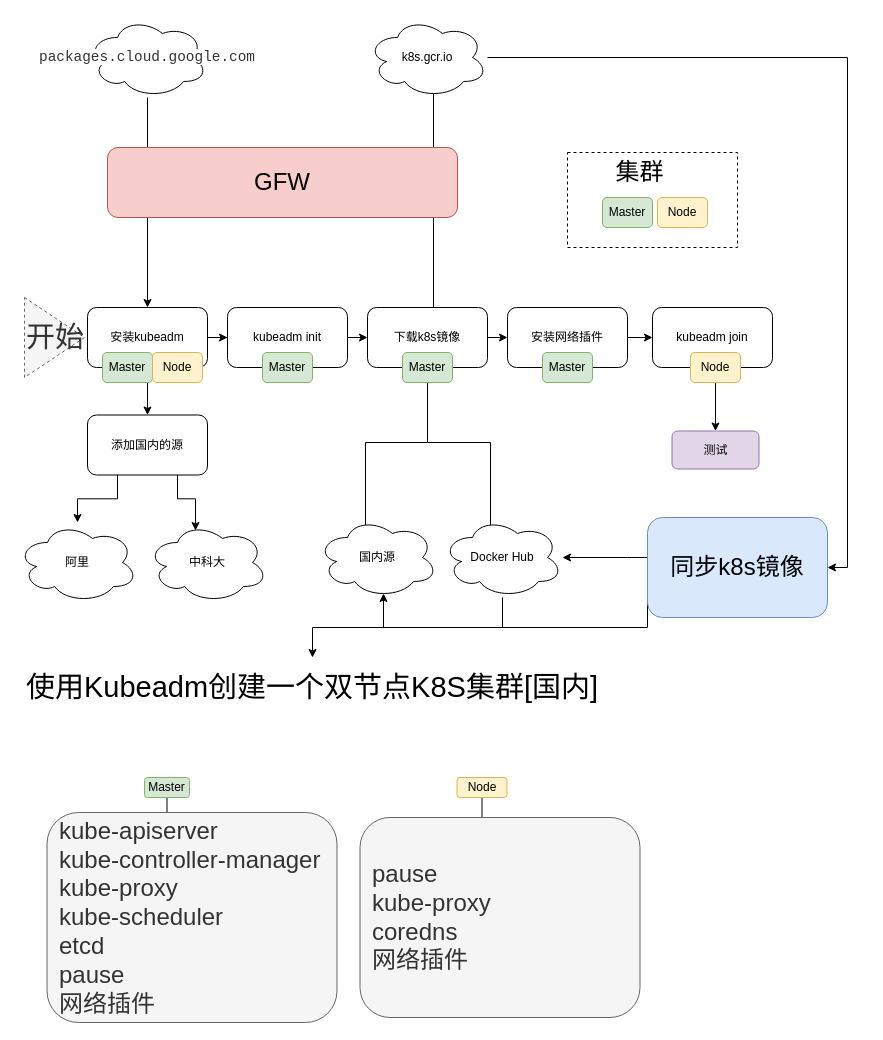
yonh/yonh.github.io keeps this draw.io diagram as content/k8s/kubeadm-init-cn/init-k8s-in-china.drawio. Above is the earlier version. Source tidied: cells renumbered, new cells numbered last; positions are measured from the earlier drawing's top-left corner, leaving out a move shared by most shapes. Both pictures are drawn from the tidied source at 100%, with x=0, y=0 at pixel (17, 17).
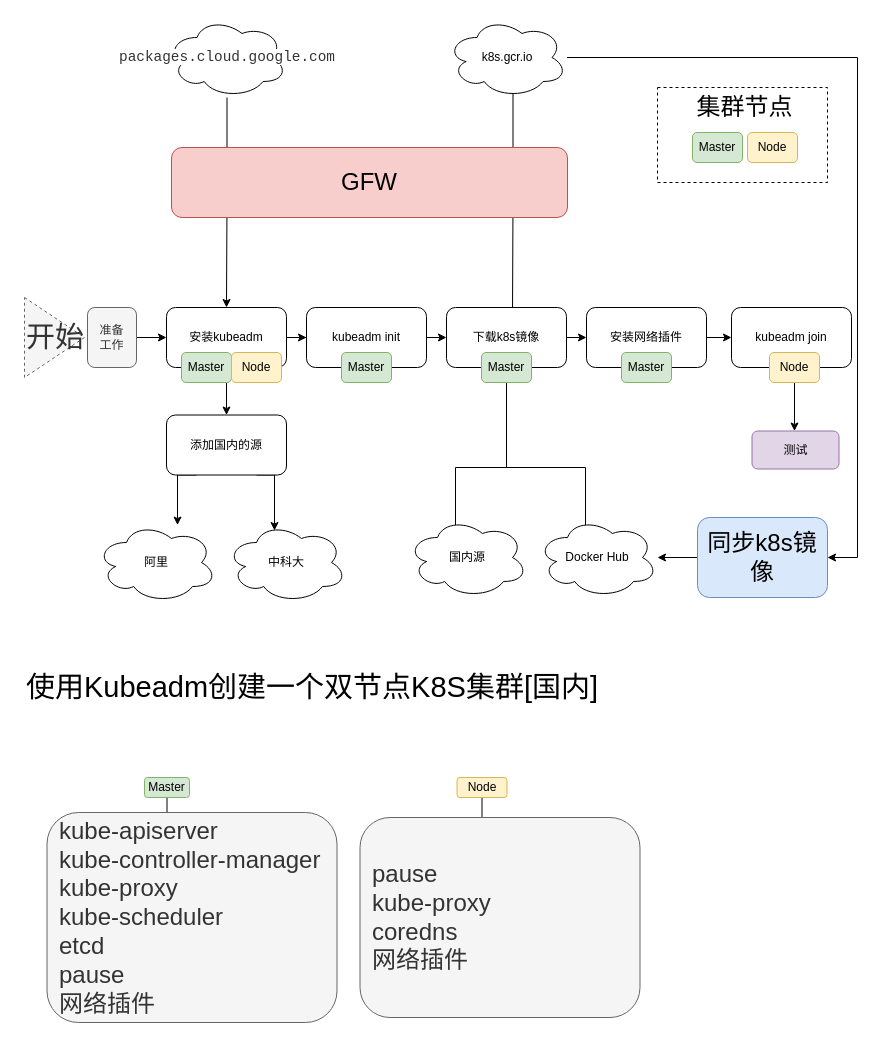
Above is the later version.

Commit message (it also covers changes not shown here):
update kubeadm-init-cn

The change refers to these unchanged cells:
```xml
<mxCell id="43" value="使用Kubeadm创建一个双节点K8S集群[国内]" style="text;html=1;strokeColor=none;fillColor=none;align=center;verticalAlign=middle;whiteSpace=wrap;rounded=0;shadow=0;dashed=1;fontSize=29;" parent="1" vertex="1">
  <mxGeometry y="640" width="590" height="60" as="geometry" />
</mxCell>
```

Diff of the diagram source:
```diff
@@
     <mxCell id="2" style="rounded=0;whiteSpace=wrap;html=1;shadow=0;strokeWidth=1;fontSize=24;dashed=1;" parent="1" vertex="1">
-      <mxGeometry x="550" y="135" width="170" height="95" as="geometry" />
+      <mxGeometry x="640" y="70" width="170" height="95" as="geometry" />
     </mxCell>
@@
     <mxCell id="5" value="安装kubeadm" style="rounded=1;whiteSpace=wrap;html=1;shadow=0;" parent="1" vertex="1">
-      <mxGeometry x="70" y="290" width="120" height="60" as="geometry" />
+      <mxGeometry x="149" y="290" width="120" height="60" as="geometry" />
     </mxCell>
     <mxCell id="6" style="edgeStyle=orthogonalEdgeStyle;rounded=0;jettySize=auto;html=1;exitX=0.25;exitY=1;exitDx=0;exitDy=0;" parent="1" edge="1" source="8" target="10">
-      <mxGeometry relative="1" as="geometry" />
+      <mxGeometry relative="1" as="geometry">
+        <Array as="points">
+          <mxPoint x="160" y="458" />
+        </Array>
+      </mxGeometry>
     </mxCell>
     <mxCell id="7" style="edgeStyle=orthogonalEdgeStyle;rounded=0;jettySize=auto;html=1;exitX=0.75;exitY=1;exitDx=0;exitDy=0;entryX=0.4;entryY=0.1;entryDx=0;entryDy=0;entryPerimeter=0;" parent="1" edge="1" source="8" target="9">
-      <mxGeometry relative="1" as="geometry" />
+      <mxGeometry relative="1" as="geometry">
+        <Array as="points">
+          <mxPoint x="257" y="458" />
+        </Array>
+      </mxGeometry>
     </mxCell>
     <mxCell id="8" value="添加国内的源" style="rounded=1;whiteSpace=wrap;html=1;" parent="1" vertex="1">
-      <mxGeometry x="70" y="397.5" width="120" height="60" as="geometry" />
+      <mxGeometry x="149" y="397.5" width="120" height="60" as="geometry" />
     </mxCell>
     <mxCell id="9" value="中科大" style="ellipse;shape=cloud;whiteSpace=wrap;html=1;" parent="1" vertex="1">
-      <mxGeometry x="130" y="505" width="120" height="80" as="geometry" />
+      <mxGeometry x="209" y="505" width="120" height="80" as="geometry" />
     </mxCell>
     <mxCell id="10" value="阿里" style="ellipse;shape=cloud;whiteSpace=wrap;html=1;" parent="1" vertex="1">
-      <mxGeometry y="505" width="120" height="80" as="geometry" />
+      <mxGeometry x="79" y="505" width="120" height="80" as="geometry" />
     </mxCell>
     <mxCell id="11" style="edgeStyle=orthogonalEdgeStyle;rounded=0;jettySize=auto;html=1;exitX=0.4;exitY=0.1;exitDx=0;exitDy=0;exitPerimeter=0;fontSize=24;" parent="1" edge="1" source="12" target="22">
-      <mxGeometry relative="1" as="geometry" />
+      <mxGeometry relative="1" as="geometry">
+        <Array as="points">
+          <mxPoint x="438" y="450" />
+          <mxPoint x="489" y="450" />
+        </Array>
+      </mxGeometry>
     </mxCell>
     <mxCell id="12" value="国内源" style="ellipse;shape=cloud;whiteSpace=wrap;html=1;" parent="1" vertex="1">
-      <mxGeometry x="300" y="500" width="120" height="80" as="geometry" />
+      <mxGeometry x="390" y="500" width="120" height="80" as="geometry" />
     </mxCell>
@@
     <mxCell id="14" style="edgeStyle=orthogonalEdgeStyle;rounded=0;jettySize=auto;html=1;entryX=1;entryY=0.5;entryDx=0;entryDy=0;fontSize=24;" parent="1" edge="1" source="15" target="30">
-      <mxGeometry relative="1" as="geometry" />
+      <mxGeometry relative="1" as="geometry">
+        <Array as="points">
+          <mxPoint x="840" y="40" />
+          <mxPoint x="840" y="540" />
+        </Array>
+      </mxGeometry>
     </mxCell>
     <mxCell id="15" value="k8s.gcr.io" style="ellipse;shape=cloud;whiteSpace=wrap;html=1;" parent="1" vertex="1">
-      <mxGeometry x="350" width="120" height="80" as="geometry" />
+      <mxGeometry x="429.5" width="120" height="80" as="geometry" />
     </mxCell>
     <mxCell id="16" style="edgeStyle=orthogonalEdgeStyle;rounded=0;jettySize=auto;html=1;exitX=0.4;exitY=0.1;exitDx=0;exitDy=0;exitPerimeter=0;fontSize=24;entryX=0.5;entryY=1;entryDx=0;entryDy=0;" parent="1" edge="1" source="18" target="22">
-      <mxGeometry relative="1" as="geometry" />
+      <mxGeometry relative="1" as="geometry">
+        <Array as="points">
+          <mxPoint x="568" y="450" />
+          <mxPoint x="489" y="450" />
+        </Array>
+      </mxGeometry>
     </mxCell>
-    <mxCell id="17" style="edgeStyle=orthogonalEdgeStyle;rounded=0;jettySize=auto;html=1;fontSize=29;" parent="1" edge="1" source="18" target="43">
-      <mxGeometry relative="1" as="geometry" />
-    </mxCell>
     <mxCell id="18" value="Docker Hub" style="ellipse;shape=cloud;whiteSpace=wrap;html=1;" parent="1" vertex="1">
-      <mxGeometry x="425" y="500" width="120" height="80" as="geometry" />
+      <mxGeometry x="520" y="500" width="120" height="80" as="geometry" />
     </mxCell>
@@
     <mxCell id="20" value="kubeadm init" style="rounded=1;whiteSpace=wrap;html=1;shadow=0;" parent="1" vertex="1">
-      <mxGeometry x="210" y="290" width="120" height="60" as="geometry" />
+      <mxGeometry x="289" y="290" width="120" height="60" as="geometry" />
     </mxCell>
@@
     <mxCell id="22" value="下载k8s镜像" style="rounded=1;whiteSpace=wrap;html=1;shadow=0;" parent="1" vertex="1">
-      <mxGeometry x="350" y="290" width="120" height="60" as="geometry" />
+      <mxGeometry x="429" y="290" width="120" height="60" as="geometry" />
     </mxCell>
@@
     <mxCell id="24" value="安装网络插件" style="rounded=1;whiteSpace=wrap;html=1;shadow=0;" parent="1" vertex="1">
-      <mxGeometry x="490" y="290" width="120" height="60" as="geometry" />
+      <mxGeometry x="569" y="290" width="120" height="60" as="geometry" />
     </mxCell>
@@
     <mxCell id="26" value="&lt;span style=&quot;color: rgb(51 , 51 , 51) ; font-family: monospace , monospace ; font-size: 14.4px ; white-space: pre-wrap ; background-color: rgb(255 , 255 , 255)&quot;&gt;packages.cloud.google.com&lt;/span&gt;" style="ellipse;shape=cloud;whiteSpace=wrap;html=1;" parent="1" vertex="1">
-      <mxGeometry x="70" width="120" height="80" as="geometry" />
+      <mxGeometry x="149.5" width="120" height="80" as="geometry" />
     </mxCell>
     <mxCell id="27" value="GFW" style="rounded=1;whiteSpace=wrap;html=1;shadow=0;fontSize=24;fillColor=#f8cecc;strokeColor=#b85450;" parent="1" vertex="1">
-      <mxGeometry x="90" y="130" width="350" height="70" as="geometry" />
+      <mxGeometry x="154" y="130" width="396" height="70" as="geometry" />
     </mxCell>
@@
-    <mxCell id="29" style="edgeStyle=orthogonalEdgeStyle;rounded=0;jettySize=auto;html=1;exitX=0;exitY=0.75;exitDx=0;exitDy=0;entryX=0.55;entryY=0.95;entryDx=0;entryDy=0;entryPerimeter=0;fontSize=24;" parent="1" edge="1" source="30" target="12">
-      <mxGeometry relative="1" as="geometry">
-        <Array as="points">
-          <mxPoint x="630" y="610" />
-          <mxPoint x="366" y="610" />
-        </Array>
-      </mxGeometry>
-    </mxCell>
     <mxCell id="30" value="同步k8s镜像" style="rounded=1;whiteSpace=wrap;html=1;shadow=0;strokeWidth=1;fontSize=24;fillColor=#dae8fc;strokeColor=#6c8ebf;" parent="1" vertex="1">
-      <mxGeometry x="630" y="500" width="180" height="100" as="geometry" />
+      <mxGeometry x="680" y="500" width="130" height="80" as="geometry" />
     </mxCell>
     <mxCell id="31" value="Master" style="rounded=1;whiteSpace=wrap;html=1;shadow=0;fillColor=#d5e8d4;strokeColor=#82b366;" parent="1" vertex="1">
-      <mxGeometry x="585" y="180" width="50" height="30" as="geometry" />
+      <mxGeometry x="675" y="115" width="50" height="30" as="geometry" />
     </mxCell>
     <mxCell id="32" value="Node" style="rounded=1;whiteSpace=wrap;html=1;shadow=0;fillColor=#fff2cc;strokeColor=#d6b656;" parent="1" vertex="1">
-      <mxGeometry x="640" y="180" width="50" height="30" as="geometry" />
+      <mxGeometry x="730" y="115" width="50" height="30" as="geometry" />
     </mxCell>
-    <mxCell id="33" value="集群" style="text;html=1;strokeColor=none;fillColor=none;align=center;verticalAlign=middle;whiteSpace=wrap;rounded=0;shadow=0;fontSize=24;" parent="1" vertex="1">
-      <mxGeometry x="585" y="145" width="75" height="20" as="geometry" />
+    <mxCell id="33" value="集群节点" style="text;html=1;strokeColor=none;fillColor=none;align=center;verticalAlign=middle;whiteSpace=wrap;rounded=0;shadow=0;fontSize=24;" parent="1" vertex="1">
+      <mxGeometry x="675" y="80" width="105" height="20" as="geometry" />
     </mxCell>
     <mxCell id="34" value="Master" style="rounded=1;whiteSpace=wrap;html=1;shadow=0;fillColor=#d5e8d4;strokeColor=#82b366;" parent="1" vertex="1">
-      <mxGeometry x="85" y="335" width="50" height="30" as="geometry" />
+      <mxGeometry x="164" y="335" width="50" height="30" as="geometry" />
     </mxCell>
     <mxCell id="35" value="Node" style="rounded=1;whiteSpace=wrap;html=1;shadow=0;fillColor=#fff2cc;strokeColor=#d6b656;" parent="1" vertex="1">
-      <mxGeometry x="135" y="335" width="50" height="30" as="geometry" />
+      <mxGeometry x="214" y="335" width="50" height="30" as="geometry" />
     </mxCell>
     <mxCell id="36" value="Master" style="rounded=1;whiteSpace=wrap;html=1;shadow=0;fillColor=#d5e8d4;strokeColor=#82b366;" parent="1" vertex="1">
-      <mxGeometry x="245" y="335" width="50" height="30" as="geometry" />
+      <mxGeometry x="324" y="335" width="50" height="30" as="geometry" />
     </mxCell>
     <mxCell id="37" value="Master" style="rounded=1;whiteSpace=wrap;html=1;shadow=0;fillColor=#d5e8d4;strokeColor=#82b366;" parent="1" vertex="1">
-      <mxGeometry x="385" y="335" width="50" height="30" as="geometry" />
+      <mxGeometry x="464" y="335" width="50" height="30" as="geometry" />
     </mxCell>
     <mxCell id="38" value="Master" style="rounded=1;whiteSpace=wrap;html=1;shadow=0;fillColor=#d5e8d4;strokeColor=#82b366;" parent="1" vertex="1">
-      <mxGeometry x="525" y="335" width="50" height="30" as="geometry" />
+      <mxGeometry x="604" y="335" width="50" height="30" as="geometry" />
     </mxCell>
     <mxCell id="39" value="kubeadm join" style="rounded=1;whiteSpace=wrap;html=1;shadow=0;" parent="1" vertex="1">
-      <mxGeometry x="635" y="290" width="120" height="60" as="geometry" />
+      <mxGeometry x="714" y="290" width="120" height="60" as="geometry" />
     </mxCell>
     <mxCell id="40" style="edgeStyle=orthogonalEdgeStyle;rounded=0;jettySize=auto;html=1;fontSize=29;" parent="1" edge="1" source="41" target="42">
-      <mxGeometry relative="1" as="geometry" />
+      <mxGeometry relative="1" as="geometry">
+        <Array as="points">
+          <mxPoint x="777" y="433" />
+        </Array>
+      </mxGeometry>
     </mxCell>
     <mxCell id="41" value="Node" style="rounded=1;whiteSpace=wrap;html=1;shadow=0;fillColor=#fff2cc;strokeColor=#d6b656;" parent="1" vertex="1">
-      <mxGeometry x="673" y="335" width="50" height="30" as="geometry" />
+      <mxGeometry x="752" y="335" width="50" height="30" as="geometry" />
     </mxCell>
     <mxCell id="42" value="测试" style="rounded=1;whiteSpace=wrap;html=1;shadow=0;fillColor=#e1d5e7;strokeColor=#9673a6;" parent="1" vertex="1">
-      <mxGeometry x="654.5" y="413.5" width="87" height="38" as="geometry" />
+      <mxGeometry x="734.5" y="413.5" width="87" height="38" as="geometry" />
     </mxCell>
@@
+    <mxCell id="51" style="edgeStyle=orthogonalEdgeStyle;rounded=0;jettySize=auto;html=1;exitX=1;exitY=0.5;exitDx=0;exitDy=0;entryX=0;entryY=0.5;entryDx=0;entryDy=0;" parent="1" edge="1" source="52" target="5">
+      <mxGeometry relative="1" as="geometry" />
+    </mxCell>
+    <mxCell id="52" value="准备&lt;br&gt;工作" style="rounded=1;whiteSpace=wrap;html=1;fillColor=#f5f5f5;strokeColor=#666666;fontColor=#333333;" parent="1" vertex="1">
+      <mxGeometry x="70" y="290" width="49" height="60" as="geometry" />
+    </mxCell>
```
